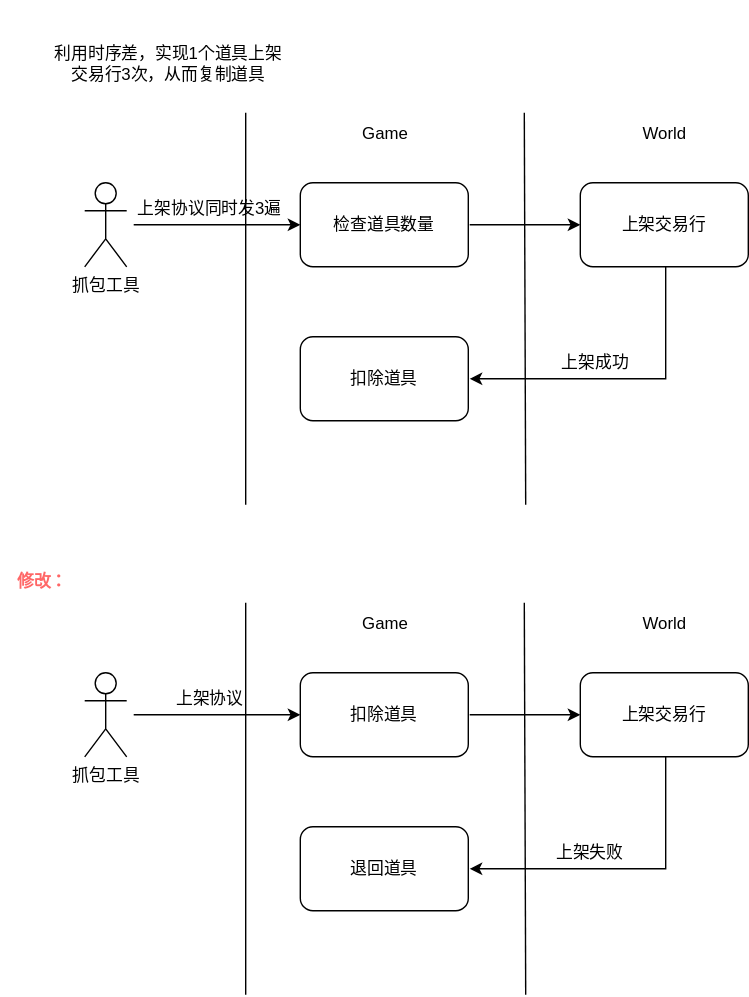
Earlier version of the draw.io export 利用交易行时序差复制道具.svg (shawn98xw/Ideas). Source tidied: cells renumbered, new cells last; positions are measured from the earlier drawing's top-left corner, leaving out a move shared by most shapes.
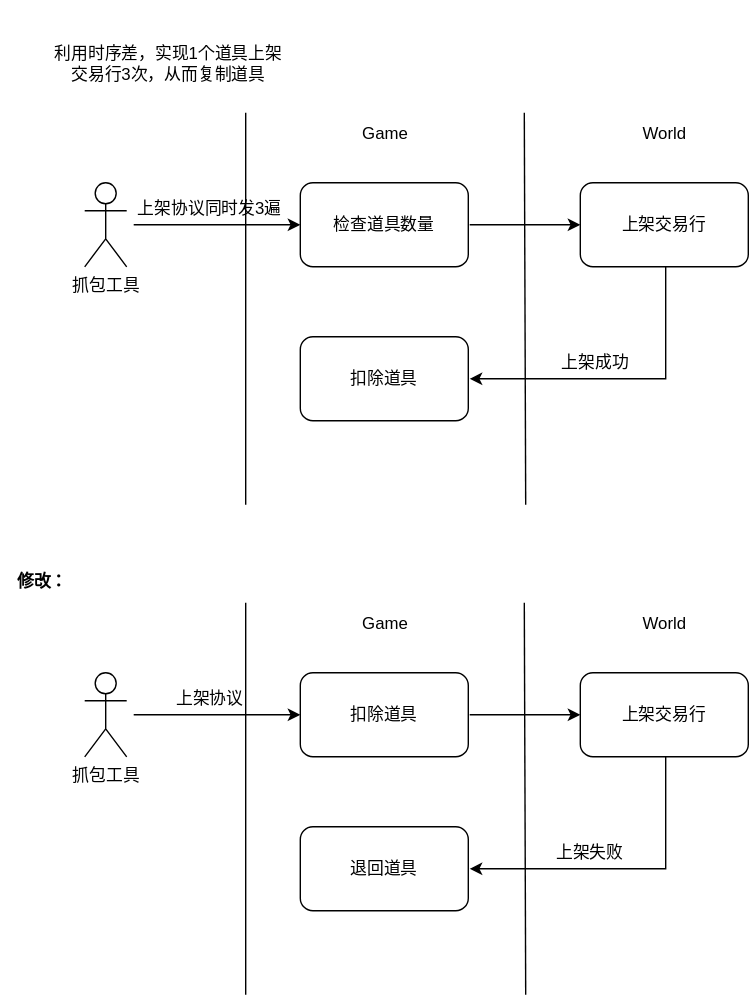
The same file after the commit.

Commit message:
Added 利用交易行时序差复制道具.svg

Diff of the diagram source:
```diff
@@ -115,7 +115,7 @@
     <mxCell id="28" value="上架成功" style="text;html=1;strokeColor=none;fillColor=none;align=center;verticalAlign=middle;whiteSpace=wrap;rounded=0;" parent="1" vertex="1">
       <mxGeometry x="395" y="244" width="60" height="30" as="geometry" />
     </mxCell>
-    <mxCell id="29" value="修改：" style="text;html=1;strokeColor=none;fillColor=none;align=center;verticalAlign=middle;whiteSpace=wrap;rounded=0;fontStyle=1;fontColor=#FF6666;" parent="1" vertex="1">
+    <mxCell id="29" value="修改：" style="text;html=1;strokeColor=none;fillColor=none;align=center;verticalAlign=middle;whiteSpace=wrap;rounded=0;fontStyle=1;" parent="1" vertex="1">
       <mxGeometry y="400" width="60" height="30" as="geometry" />
     </mxCell>
   </root>
```
